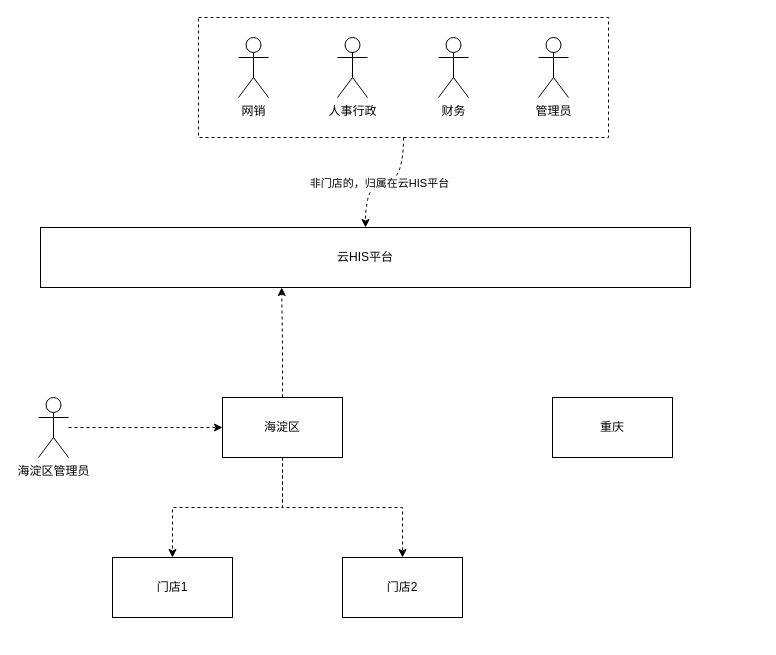
cherishsince/diagrams.net keeps this draw.io diagram as 牙管家/牙管家-sass方案.drawio. Above is the earlier version. Source tidied: cells renumbered, new cells numbered last; positions are measured from the earlier drawing's top-left corner, leaving out a move shared by most shapes. Both pictures are drawn from the tidied source at 100%, with x=0, y=0 at pixel (38, 17).
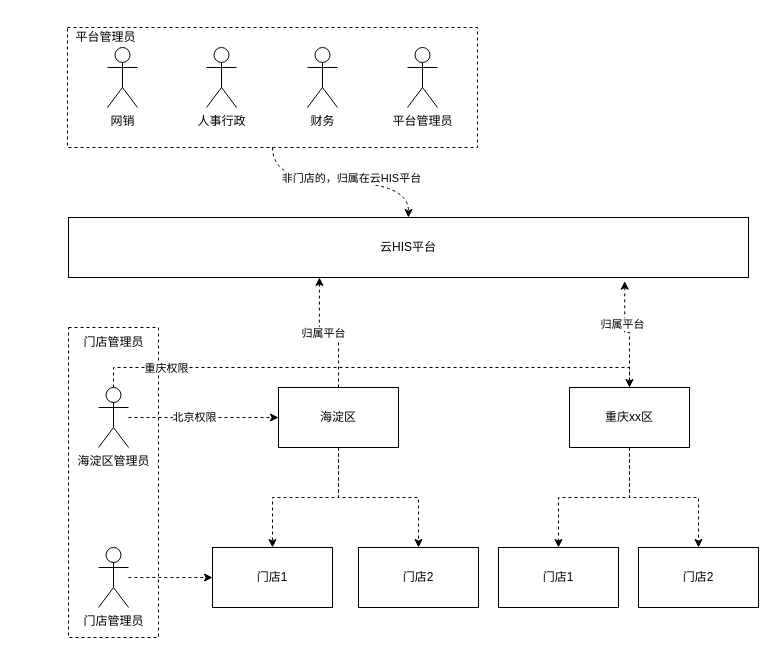
The same page after the edit.

Commit message:
更新牙管家-sass方案.drawio

Unchanged cells that the change refers to:
```xml
<mxCell id="9" style="edgeStyle=orthogonalEdgeStyle;rounded=0;jettySize=auto;html=1;entryX=0;entryY=0.5;entryDx=0;entryDy=0;dashed=1;" parent="1" edge="1" source="10" target="5">
  <mxGeometry relative="1" as="geometry" />
</mxCell>
<mxCell id="18" style="edgeStyle=orthogonalEdgeStyle;rounded=0;jettySize=auto;html=1;dashed=1;curved=1;" parent="1" edge="1" source="13" target="11">
  <mxGeometry relative="1" as="geometry" />
</mxCell>
```

The edit, as a diff of the source:
```diff
@@
+    <mxCell id="20" style="rounded=0;whiteSpace=wrap;html=1;dashed=1;" parent="1" vertex="1">
+      <mxGeometry x="30" y="310" width="90" height="310" as="geometry" />
+    </mxCell>
@@
-    <mxCell id="4" style="edgeStyle=orthogonalEdgeStyle;rounded=0;jettySize=auto;html=1;entryX=0.371;entryY=1;entryDx=0;entryDy=0;entryPerimeter=0;dashed=1;" parent="1" edge="1" source="5" target="11">
+    <mxCell id="4" style="edgeStyle=orthogonalEdgeStyle;rounded=0;jettySize=auto;html=1;entryX=0.369;entryY=1;entryDx=0;entryDy=0;entryPerimeter=0;dashed=1;" parent="1" edge="1" source="5" target="11">
       <mxGeometry relative="1" as="geometry" />
     </mxCell>
+    <mxCell id="21" value="归属平台" style="edgeLabel;html=1;align=center;verticalAlign=middle;" parent="4" vertex="1">
+      <mxGeometry x="0.1" y="2" relative="1" as="geometry">
+        <mxPoint y="-2" as="offset" />
+      </mxGeometry>
+    </mxCell>
     <mxCell id="5" value="海淀区" style="rounded=0;whiteSpace=wrap;html=1;" parent="1" vertex="1">
-      <mxGeometry x="184" y="380" width="120" height="60" as="geometry" />
+      <mxGeometry x="240" y="370" width="120" height="60" as="geometry" />
     </mxCell>
+    <mxCell id="22" style="edgeStyle=orthogonalEdgeStyle;rounded=0;jettySize=auto;html=1;dashed=1;" parent="1" edge="1" source="6" target="33">
+      <mxGeometry relative="1" as="geometry" />
+    </mxCell>
+    <mxCell id="23" style="edgeStyle=orthogonalEdgeStyle;rounded=0;jettySize=auto;html=1;entryX=0.5;entryY=0;entryDx=0;entryDy=0;dashed=1;" parent="1" edge="1" source="6" target="32">
+      <mxGeometry relative="1" as="geometry" />
+    </mxCell>
+    <mxCell id="24" style="edgeStyle=orthogonalEdgeStyle;rounded=0;jettySize=auto;html=1;entryX=0.818;entryY=1.061;entryDx=0;entryDy=0;entryPerimeter=0;dashed=1;" parent="1" edge="1" source="6" target="11">
+      <mxGeometry relative="1" as="geometry" />
+    </mxCell>
+    <mxCell id="25" value="归属平台" style="edgeLabel;html=1;align=center;verticalAlign=middle;" parent="24" vertex="1">
+      <mxGeometry x="0.28" y="3" relative="1" as="geometry">
+        <mxPoint y="3" as="offset" />
+      </mxGeometry>
+    </mxCell>
-    <mxCell id="6" value="重庆" style="rounded=0;whiteSpace=wrap;html=1;" parent="1" vertex="1">
-      <mxGeometry x="514" y="380" width="120" height="60" as="geometry" />
+    <mxCell id="6" value="重庆xx区" style="rounded=0;whiteSpace=wrap;html=1;" parent="1" vertex="1">
+      <mxGeometry x="531" y="370" width="120" height="60" as="geometry" />
     </mxCell>
     <mxCell id="7" value="门店1" style="rounded=0;whiteSpace=wrap;html=1;" parent="1" vertex="1">
-      <mxGeometry x="74" y="540" width="120" height="60" as="geometry" />
+      <mxGeometry x="174" y="530" width="120" height="60" as="geometry" />
     </mxCell>
     <mxCell id="8" value="门店2" style="rounded=0;whiteSpace=wrap;html=1;" parent="1" vertex="1">
-      <mxGeometry x="304" y="540" width="120" height="60" as="geometry" />
+      <mxGeometry x="320" y="530" width="120" height="60" as="geometry" />
     </mxCell>
@@
+    <mxCell id="26" value="北京权限" style="edgeLabel;html=1;align=center;verticalAlign=middle;" parent="9" vertex="1">
+      <mxGeometry x="-0.14" y="1" relative="1" as="geometry" />
+    </mxCell>
+    <mxCell id="27" style="edgeStyle=orthogonalEdgeStyle;rounded=0;jettySize=auto;html=1;entryX=0.5;entryY=0;entryDx=0;entryDy=0;dashed=1;" parent="1" edge="1" source="10" target="6">
+      <mxGeometry relative="1" as="geometry">
+        <Array as="points">
+          <mxPoint x="140" y="350" />
+          <mxPoint x="590" y="350" />
+        </Array>
+      </mxGeometry>
+    </mxCell>
+    <mxCell id="28" value="重庆权限" style="edgeLabel;html=1;align=center;verticalAlign=middle;" parent="27" vertex="1">
+      <mxGeometry x="-0.74" y="1" relative="1" as="geometry">
+        <mxPoint y="1" as="offset" />
+      </mxGeometry>
+    </mxCell>
     <mxCell id="10" value="&lt;span&gt;海淀区管理员&lt;/span&gt;" style="shape=umlActor;verticalLabelPosition=bottom;verticalAlign=top;html=1;outlineConnect=0;" parent="1" vertex="1">
-      <mxGeometry y="380" width="30" height="60" as="geometry" />
+      <mxGeometry x="60" y="370" width="30" height="60" as="geometry" />
     </mxCell>
     <mxCell id="11" value="云HIS平台" style="rounded=0;whiteSpace=wrap;html=1;" parent="1" vertex="1">
-      <mxGeometry x="2" y="210" width="650" height="60" as="geometry" />
+      <mxGeometry x="30" y="200" width="680" height="60" as="geometry" />
     </mxCell>
     <mxCell id="12" style="group;" parent="1" vertex="1">
-      <mxGeometry x="160" width="410" height="120" as="geometry" />
+      <mxGeometry x="29" y="10" width="410" height="120" as="geometry" />
     </mxCell>
@@
-    <mxCell id="17" value="管理员" style="shape=umlActor;verticalLabelPosition=bottom;verticalAlign=top;html=1;" parent="12" vertex="1">
+    <mxCell id="17" value="平台管理员" style="shape=umlActor;verticalLabelPosition=bottom;verticalAlign=top;html=1;" parent="12" vertex="1">
       <mxGeometry x="340" y="20" width="30" height="60" as="geometry" />
     </mxCell>
+    <mxCell id="29" value="平台管理员" style="text;html=1;align=center;verticalAlign=middle;strokeColor=none;" parent="12" vertex="1">
+      <mxGeometry x="-2" width="80" height="20" as="geometry" />
+    </mxCell>
@@
     <mxCell id="19" value="非门店的，归属在云HIS平台" style="edgeLabel;html=1;align=center;verticalAlign=middle;" parent="18" vertex="1">
-      <mxGeometry x="0.1" relative="1" as="geometry" />
+      <mxGeometry x="0.1" relative="1" as="geometry">
+        <mxPoint y="-5" as="offset" />
+      </mxGeometry>
     </mxCell>
+    <mxCell id="30" style="edgeStyle=orthogonalEdgeStyle;curved=1;rounded=0;jettySize=auto;html=1;dashed=1;" parent="1" edge="1" source="31" target="7">
+      <mxGeometry relative="1" as="geometry" />
+    </mxCell>
+    <mxCell id="31" value="&lt;span&gt;门店管理员&lt;/span&gt;" style="shape=umlActor;verticalLabelPosition=bottom;verticalAlign=top;html=1;outlineConnect=0;" parent="1" vertex="1">
+      <mxGeometry x="60" y="530" width="30" height="60" as="geometry" />
+    </mxCell>
+    <mxCell id="32" value="门店1" style="rounded=0;whiteSpace=wrap;html=1;" parent="1" vertex="1">
+      <mxGeometry x="460" y="530" width="120" height="60" as="geometry" />
+    </mxCell>
+    <mxCell id="33" value="门店2" style="rounded=0;whiteSpace=wrap;html=1;" parent="1" vertex="1">
+      <mxGeometry x="600" y="530" width="120" height="60" as="geometry" />
+    </mxCell>
+    <mxCell id="34" value="门店管理员" style="text;html=1;align=center;verticalAlign=middle;strokeColor=none;" parent="1" vertex="1">
+      <mxGeometry x="35" y="315" width="80" height="20" as="geometry" />
+    </mxCell>
```
